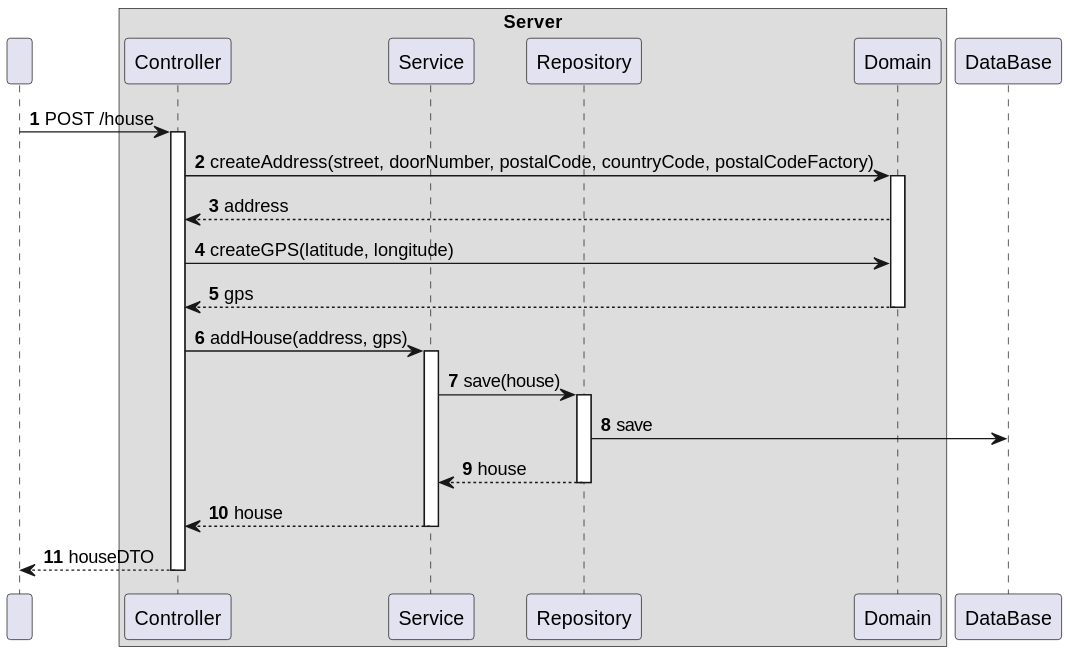
Above: docs/C4_4plus1_models/Level4/ProcessView/ProcessViewLevel4_UC01_v1.svg in moutajDev/smarthome (PlantUML), before the change. The source it was exported from:
```plantuml
@startuml
!pragma layout smetana

autonumber


participant " " as HTTP

box "Server"
    participant "Controller" as CTRL
    participant "Service" as SV
    participant "Repository" as REPO
    participant "Domain" as DOM

end box
participant "DataBase" as BD


HTTP -> CTRL : POST /house
activate CTRL


CTRL -> DOM : createAddress(street, doorNumber, postalCode, countryCode, postalCodeFactory)
activate DOM
DOM --> CTRL : address

CTRL -> DOM : createGPS(latitude, longitude)
DOM --> CTRL : gps
deactivate DOM

CTRL -> SV : addHouse(address, gps)
activate SV

SV -> REPO : save(house)
activate REPO
REPO -> BD : save
REPO --> SV : house
deactivate REPO

SV --> CTRL : house
deactivate SV


CTRL --> HTTP : houseDTO
deactivate CTRL


deactivate HTTP
@enduml
```
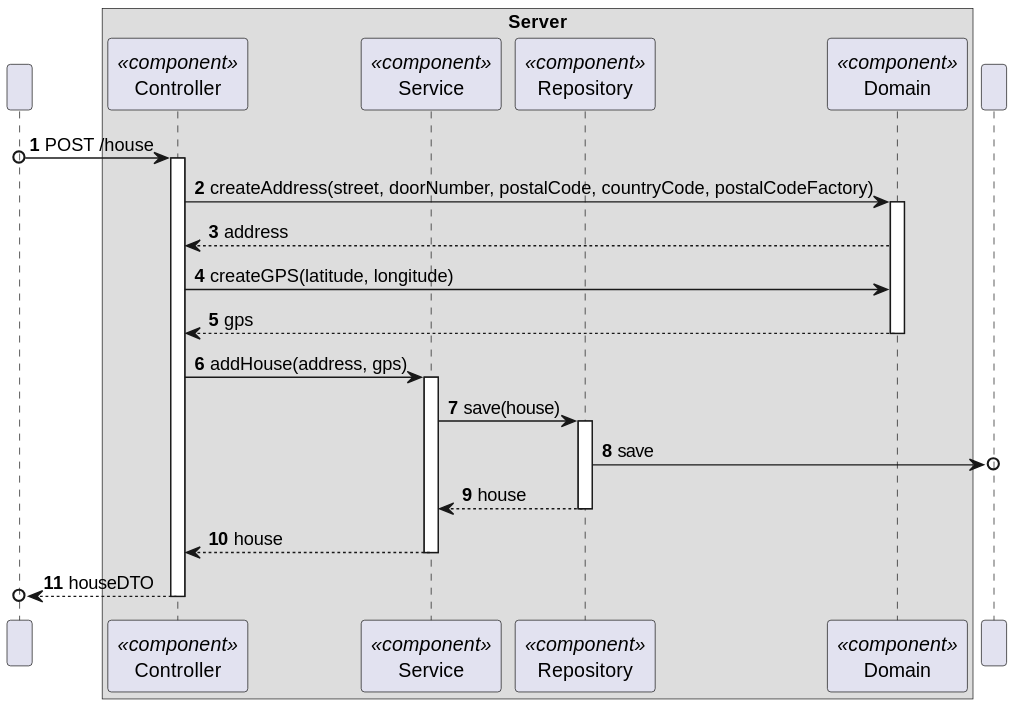
After the change.

Diff of the diagram source:
```diff
@@ -3,20 +3,19 @@
 
 autonumber
 
-
 participant " " as HTTP
 
 box "Server"
-    participant "Controller" as CTRL
-    participant "Service" as SV
-    participant "Repository" as REPO
-    participant "Domain" as DOM
+    participant "Controller" as CTRL<<component>>
+    participant "Service" as SV<<component>>
+    participant "Repository" as REPO<<component>>
+    participant "Domain" as DOM<<component>>
 
 end box
-participant "DataBase" as BD
+participant " " as BD
 
 
-HTTP -> CTRL : POST /house
+HTTP o-> CTRL : POST /house
 activate CTRL
 
 
@@ -33,7 +32,7 @@
 
 SV -> REPO : save(house)
 activate REPO
-REPO -> BD : save
+REPO ->o BD : save
 REPO --> SV : house
 deactivate REPO
 
@@ -41,7 +40,7 @@
 deactivate SV
 
 
-CTRL --> HTTP : houseDTO
+CTRL -->o HTTP : houseDTO
 deactivate CTRL
 
 
```
